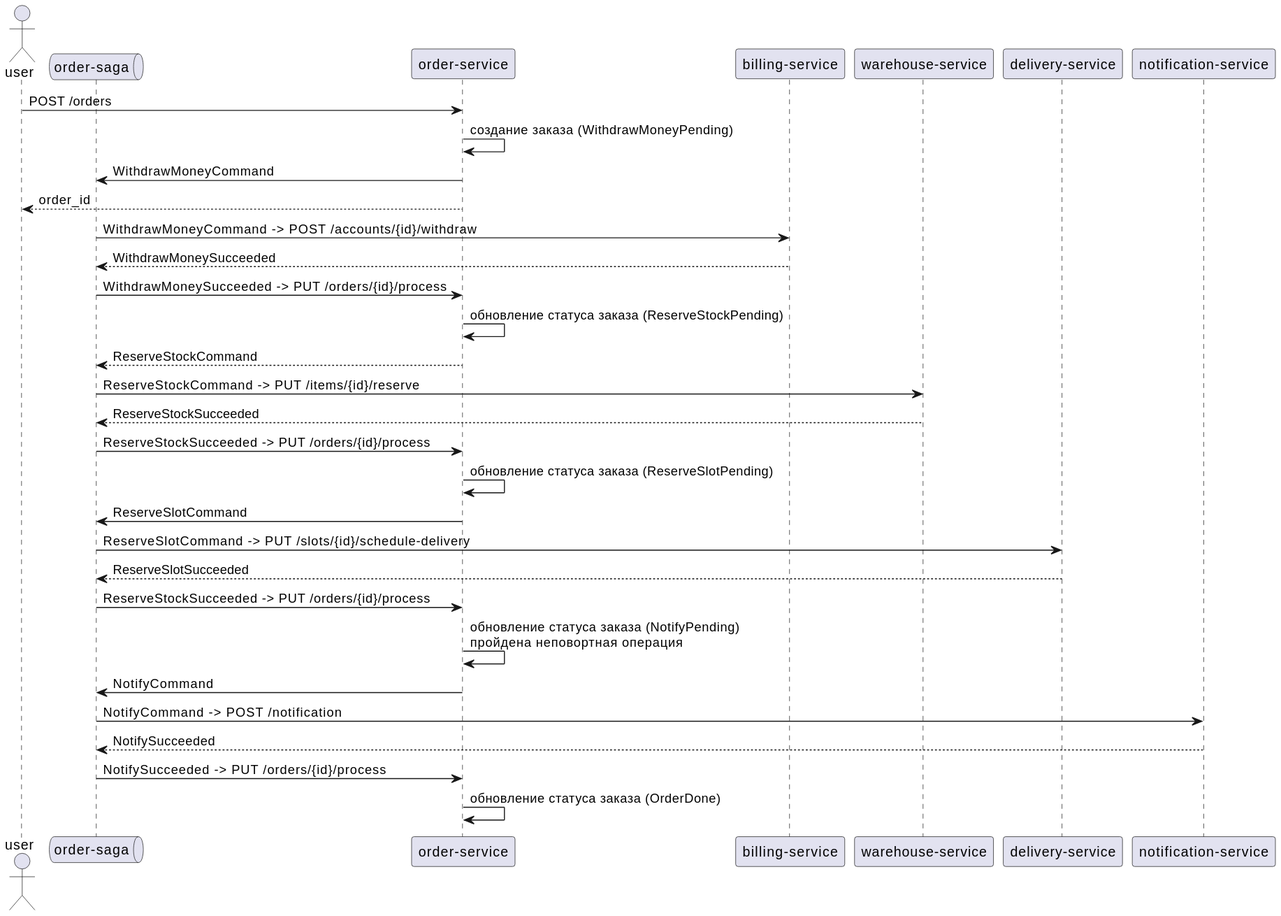
This is docs/usecases/create-order/create_order.svg from hihoak/otus-microservices-architect, a PlantUML export, as it was before one commit. Source of this version:
```plantuml
@startuml
actor user as user
queue "order-saga" as order_saga_kafka

user -> "order-service" : POST /orders
"order-service" -> "order-service" : создание заказа (WithdrawMoneyPending)
"order-service" -> order_saga_kafka : WithdrawMoneyCommand
"order-service" --> user : order_id

order_saga_kafka -> "billing-service" : WithdrawMoneyCommand -> POST /accounts/{id}/withdraw
"billing-service" --> order_saga_kafka : WithdrawMoneySucceeded

order_saga_kafka -> "order-service" : WithdrawMoneySucceeded -> PUT /orders/{id}/process
"order-service" -> "order-service" : обновление статуса заказа (ReserveStockPending)
"order-service" --> order_saga_kafka : ReserveStockCommand

order_saga_kafka -> "warehouse-service" : ReserveStockCommand -> PUT /items/{id}/reserve
"warehouse-service" --> order_saga_kafka : ReserveStockSucceeded

order_saga_kafka -> "order-service" : ReserveStockSucceeded -> PUT /orders/{id}/process
"order-service" -> "order-service" : обновление статуса заказа (ReserveSlotPending)
"order-service" -> order_saga_kafka : ReserveSlotCommand

order_saga_kafka -> "delivery-service" : ReserveSlotCommand -> PUT /slots/{id}/schedule-delivery
"delivery-service" --> order_saga_kafka : ReserveSlotSucceeded

order_saga_kafka -> "order-service" : ReserveStockSucceeded -> PUT /orders/{id}/process
"order-service" -> "order-service" : обновление статуса заказа (NotifyPending)\nпройдена неповортная операция
"order-service" -> order_saga_kafka : NotifyCommand

order_saga_kafka -> "notification-service" : NotifyCommand -> POST /notification
"notification-service" --> order_saga_kafka : NotifySucceeded

order_saga_kafka -> "order-service" : NotifySucceeded -> PUT /orders/{id}/process
"order-service" -> "order-service" : обновление статуса заказа (OrderDone)
@enduml
```
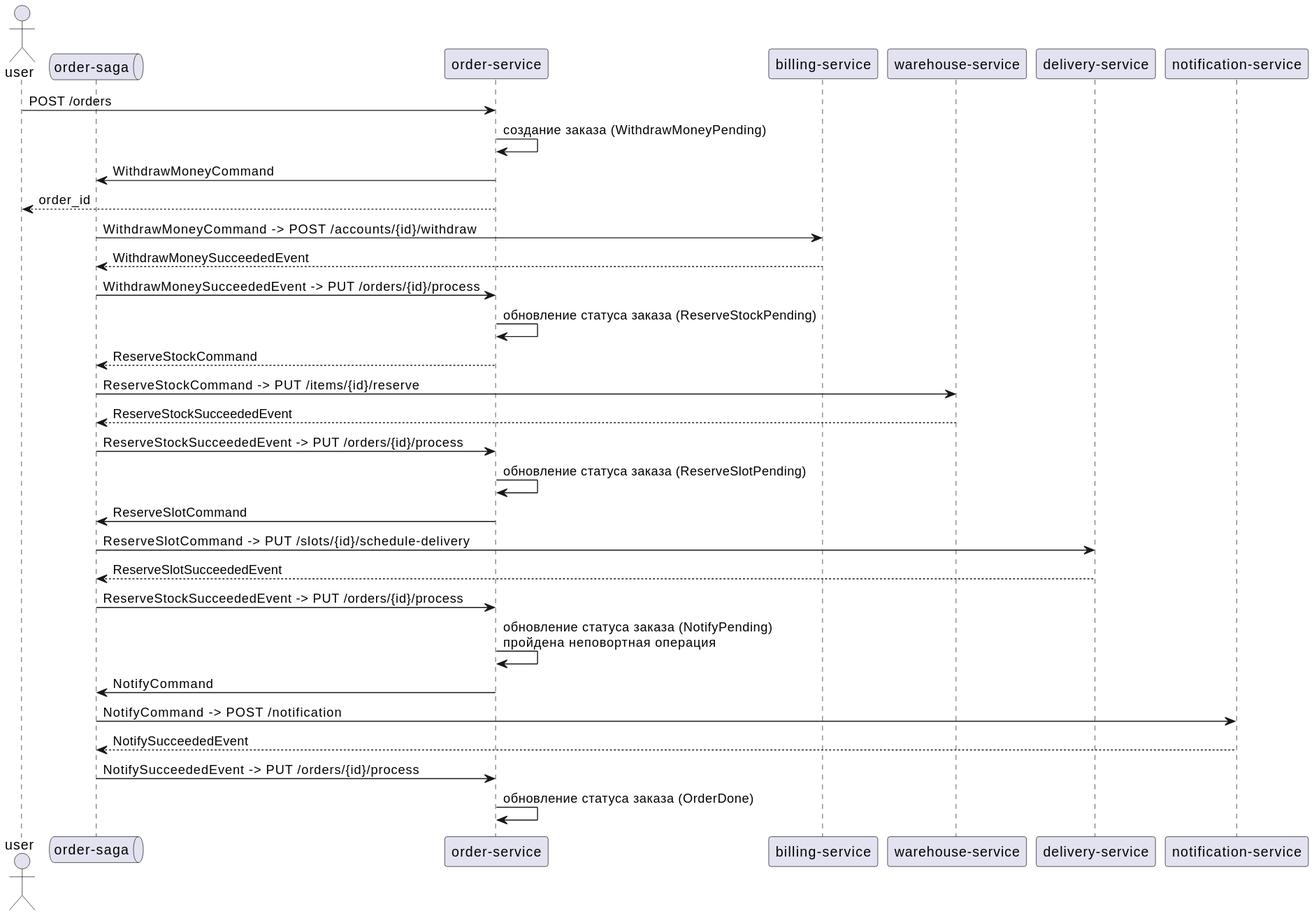
After the commit.

Diff of the diagram source:
```diff
@@ -8,29 +8,29 @@
 "order-service" --> user : order_id
 
 order_saga_kafka -> "billing-service" : WithdrawMoneyCommand -> POST /accounts/{id}/withdraw
-"billing-service" --> order_saga_kafka : WithdrawMoneySucceeded
+"billing-service" --> order_saga_kafka : WithdrawMoneySucceededEvent
 
-order_saga_kafka -> "order-service" : WithdrawMoneySucceeded -> PUT /orders/{id}/process
+order_saga_kafka -> "order-service" : WithdrawMoneySucceededEvent -> PUT /orders/{id}/process
 "order-service" -> "order-service" : обновление статуса заказа (ReserveStockPending)
 "order-service" --> order_saga_kafka : ReserveStockCommand
 
 order_saga_kafka -> "warehouse-service" : ReserveStockCommand -> PUT /items/{id}/reserve
-"warehouse-service" --> order_saga_kafka : ReserveStockSucceeded
+"warehouse-service" --> order_saga_kafka : ReserveStockSucceededEvent
 
-order_saga_kafka -> "order-service" : ReserveStockSucceeded -> PUT /orders/{id}/process
+order_saga_kafka -> "order-service" : ReserveStockSucceededEvent -> PUT /orders/{id}/process
 "order-service" -> "order-service" : обновление статуса заказа (ReserveSlotPending)
 "order-service" -> order_saga_kafka : ReserveSlotCommand
 
 order_saga_kafka -> "delivery-service" : ReserveSlotCommand -> PUT /slots/{id}/schedule-delivery
-"delivery-service" --> order_saga_kafka : ReserveSlotSucceeded
+"delivery-service" --> order_saga_kafka : ReserveSlotSucceededEvent
 
-order_saga_kafka -> "order-service" : ReserveStockSucceeded -> PUT /orders/{id}/process
+order_saga_kafka -> "order-service" : ReserveStockSucceededEvent -> PUT /orders/{id}/process
 "order-service" -> "order-service" : обновление статуса заказа (NotifyPending)\nпройдена неповортная операция
 "order-service" -> order_saga_kafka : NotifyCommand
 
 order_saga_kafka -> "notification-service" : NotifyCommand -> POST /notification
-"notification-service" --> order_saga_kafka : NotifySucceeded
+"notification-service" --> order_saga_kafka : NotifySucceededEvent
 
-order_saga_kafka -> "order-service" : NotifySucceeded -> PUT /orders/{id}/process
+order_saga_kafka -> "order-service" : NotifySucceededEvent -> PUT /orders/{id}/process
 "order-service" -> "order-service" : обновление статуса заказа (OrderDone)
 @enduml
```
